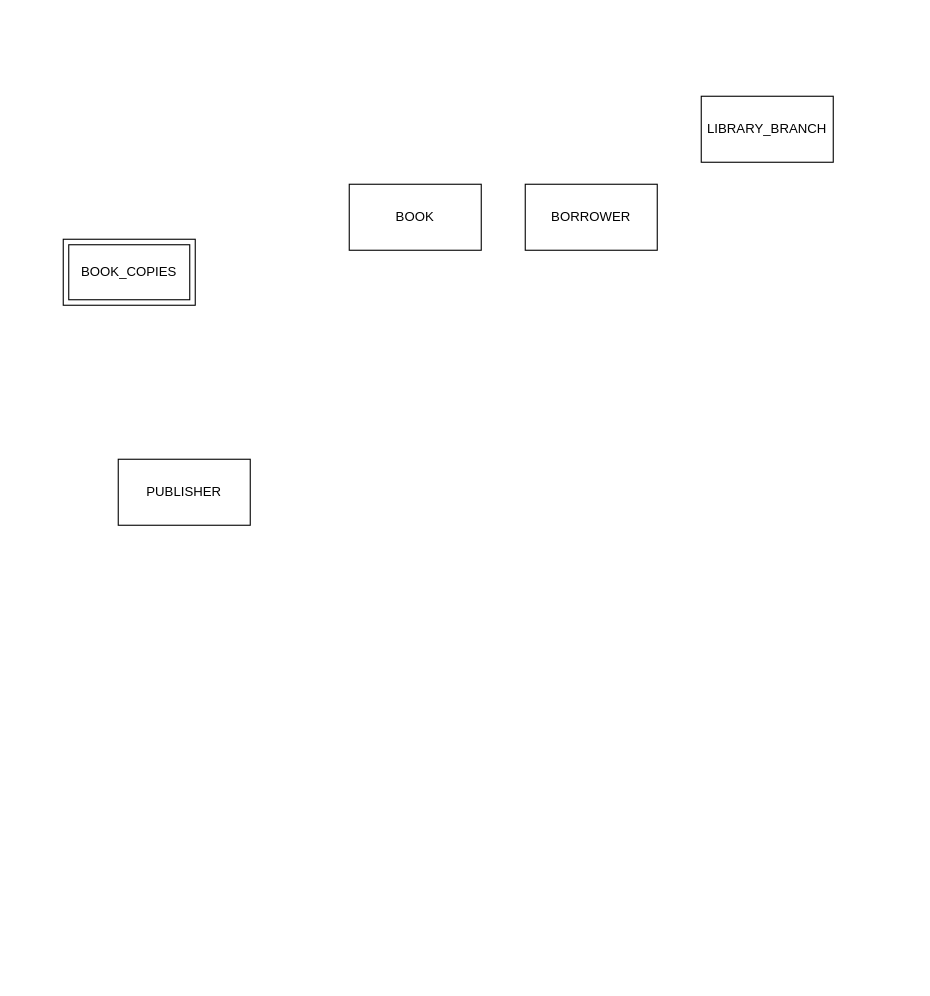
This is assignment3/Question3.drawio from shivamdesai04/ENSF300, a draw.io file, before an edit. Source tidied: cells renumbered, new cells numbered last; positions are measured from the earlier drawing's top-left corner, leaving out a move shared by most shapes. Both pictures are drawn from the tidied source at 110%, with x=0, y=0 at pixel (63, 96).
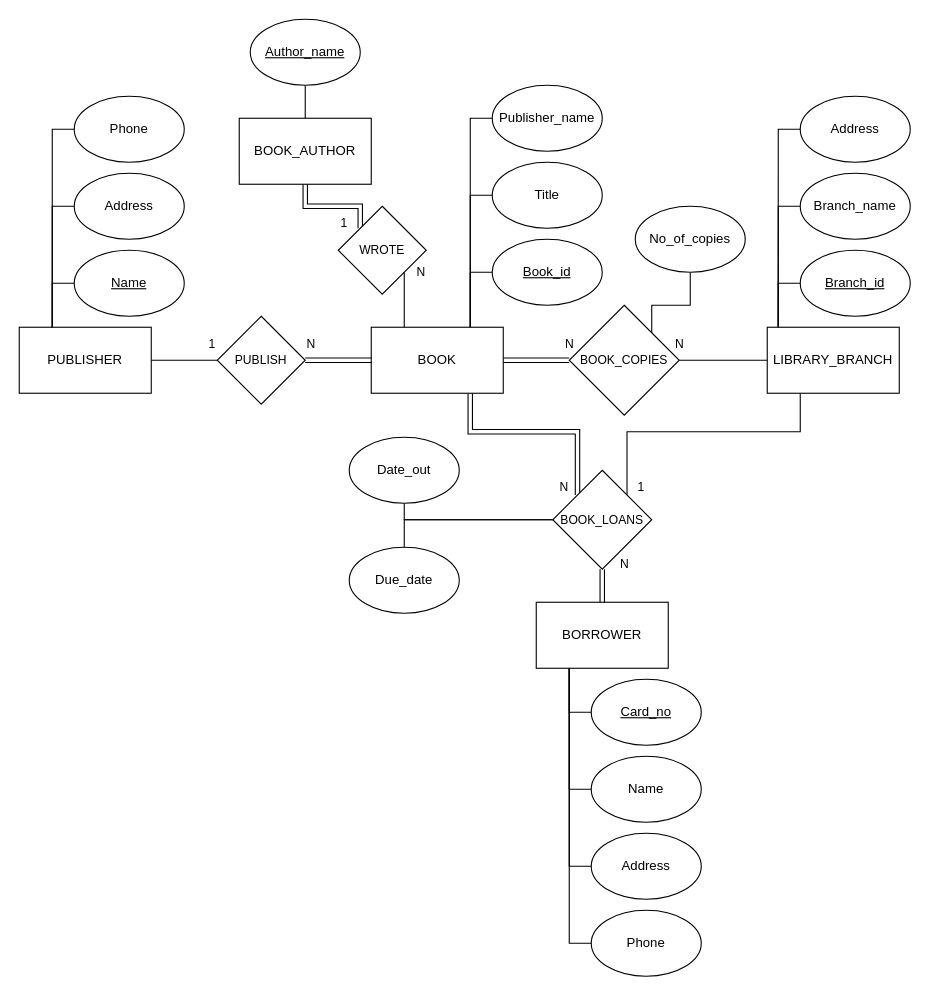
After the change.

What changed in the source:
```diff
@@
+    <mxCell id="9" style="edgeStyle=orthogonalEdgeStyle;shape=link;rounded=0;jettySize=auto;html=1;exitX=1;exitY=0.5;exitDx=0;exitDy=0;entryX=0;entryY=0.5;entryDx=0;entryDy=0;labelBackgroundColor=default;strokeColor=default;fontFamily=Helvetica;fontSize=11;fontColor=default;endArrow=none;endFill=0;" parent="1" edge="1" source="2" target="5">
+      <mxGeometry relative="1" as="geometry" />
+    </mxCell>
+    <mxCell id="10" style="edgeStyle=orthogonalEdgeStyle;shape=connector;rounded=0;jettySize=auto;html=1;exitX=0.75;exitY=0;exitDx=0;exitDy=0;entryX=0;entryY=0.5;entryDx=0;entryDy=0;labelBackgroundColor=default;strokeColor=default;fontFamily=Helvetica;fontSize=11;fontColor=default;endArrow=none;endFill=0;" parent="1" edge="1" source="2" target="34">
+      <mxGeometry relative="1" as="geometry" />
+    </mxCell>
+    <mxCell id="11" style="edgeStyle=orthogonalEdgeStyle;shape=connector;rounded=0;jettySize=auto;html=1;exitX=0.75;exitY=0;exitDx=0;exitDy=0;entryX=0;entryY=0.5;entryDx=0;entryDy=0;labelBackgroundColor=default;strokeColor=default;fontFamily=Helvetica;fontSize=11;fontColor=default;endArrow=none;endFill=0;" parent="1" edge="1" source="2" target="35">
+      <mxGeometry relative="1" as="geometry" />
+    </mxCell>
+    <mxCell id="12" style="edgeStyle=orthogonalEdgeStyle;shape=connector;rounded=0;jettySize=auto;html=1;exitX=0.75;exitY=0;exitDx=0;exitDy=0;entryX=0;entryY=0.5;entryDx=0;entryDy=0;labelBackgroundColor=default;strokeColor=default;fontFamily=Helvetica;fontSize=11;fontColor=default;endArrow=none;endFill=0;" parent="1" edge="1" source="2" target="36">
+      <mxGeometry relative="1" as="geometry" />
+    </mxCell>
+    <mxCell id="13" style="edgeStyle=orthogonalEdgeStyle;shape=link;rounded=0;jettySize=auto;html=1;exitX=0.75;exitY=1;exitDx=0;exitDy=0;entryX=0;entryY=0;entryDx=0;entryDy=0;labelBackgroundColor=default;strokeColor=default;fontFamily=Helvetica;fontSize=11;fontColor=default;endArrow=none;endFill=0;" parent="1" edge="1" source="2" target="46">
+      <mxGeometry relative="1" as="geometry" />
+    </mxCell>
     <mxCell id="2" value="BOOK" style="whiteSpace=wrap;html=1;" parent="1" vertex="1">
-      <mxGeometry x="260" y="80" width="120" height="60" as="geometry" />
+      <mxGeometry x="280" y="210" width="120" height="60" as="geometry" />
     </mxCell>
-    <mxCell id="3" style="group;" parent="1" vertex="1">
-      <mxGeometry y="130" width="120" height="60" as="geometry" />
-    </mxCell>
-    <mxCell id="4" style="whiteSpace=wrap;html=1;" parent="3" vertex="1">
-      <mxGeometry width="120" height="60" as="geometry" />
-    </mxCell>
+    <mxCell id="14" style="edgeStyle=orthogonalEdgeStyle;shape=connector;rounded=0;jettySize=auto;html=1;exitX=0.25;exitY=1;exitDx=0;exitDy=0;entryX=0;entryY=0.5;entryDx=0;entryDy=0;labelBackgroundColor=default;strokeColor=default;fontFamily=Helvetica;fontSize=11;fontColor=default;endArrow=none;endFill=0;" parent="1" edge="1" source="6" target="27">
+      <mxGeometry relative="1" as="geometry" />
+    </mxCell>
+    <mxCell id="6" value="BORROWER" style="whiteSpace=wrap;html=1;" parent="1" vertex="1">
+      <mxGeometry x="430" y="460" width="120" height="60" as="geometry" />
+    </mxCell>
+    <mxCell id="15" style="edgeStyle=orthogonalEdgeStyle;shape=connector;rounded=0;jettySize=auto;html=1;exitX=0.25;exitY=1;exitDx=0;exitDy=0;entryX=1;entryY=0;entryDx=0;entryDy=0;labelBackgroundColor=default;strokeColor=default;fontFamily=Helvetica;fontSize=11;fontColor=default;endArrow=none;endFill=0;" parent="1" edge="1" source="7" target="46">
+      <mxGeometry relative="1" as="geometry" />
+    </mxCell>
+    <mxCell id="7" value="LIBRARY_BRANCH" style="whiteSpace=wrap;html=1;" parent="1" vertex="1">
+      <mxGeometry x="640" y="210" width="120" height="60" as="geometry" />
+    </mxCell>
+    <mxCell id="16" style="edgeStyle=orthogonalEdgeStyle;shape=connector;rounded=0;jettySize=auto;html=1;exitX=1;exitY=0.5;exitDx=0;exitDy=0;entryX=0;entryY=0.5;entryDx=0;entryDy=0;labelBackgroundColor=default;strokeColor=default;fontFamily=Helvetica;fontSize=11;fontColor=default;endArrow=none;endFill=0;" parent="1" edge="1" source="8" target="31">
+      <mxGeometry relative="1" as="geometry" />
+    </mxCell>
+    <mxCell id="8" value="PUBLISHER" style="whiteSpace=wrap;html=1;" parent="1" vertex="1">
+      <mxGeometry x="-40" y="210" width="120" height="60" as="geometry" />
+    </mxCell>
+    <mxCell id="17" style="edgeStyle=orthogonalEdgeStyle;rounded=0;jettySize=auto;html=1;exitX=0;exitY=0.5;exitDx=0;exitDy=0;entryX=0.25;entryY=0;entryDx=0;entryDy=0;endArrow=none;endFill=0;" parent="1" edge="1" source="18" target="8">
+      <mxGeometry relative="1" as="geometry" />
+    </mxCell>
+    <mxCell id="18" value="&lt;u&gt;Name&lt;/u&gt;" style="ellipse;whiteSpace=wrap;html=1;" parent="1" vertex="1">
+      <mxGeometry x="10" y="140" width="100" height="60" as="geometry" />
+    </mxCell>
+    <mxCell id="19" style="edgeStyle=orthogonalEdgeStyle;rounded=0;jettySize=auto;html=1;exitX=0;exitY=0.5;exitDx=0;exitDy=0;entryX=0.25;entryY=0;entryDx=0;entryDy=0;endArrow=none;endFill=0;" parent="1" edge="1" source="20" target="8">
+      <mxGeometry relative="1" as="geometry" />
+    </mxCell>
+    <mxCell id="20" value="Address" style="ellipse;whiteSpace=wrap;html=1;" parent="1" vertex="1">
+      <mxGeometry x="10" y="70" width="100" height="60" as="geometry" />
+    </mxCell>
+    <mxCell id="21" style="edgeStyle=orthogonalEdgeStyle;rounded=0;jettySize=auto;html=1;exitX=0;exitY=0.5;exitDx=0;exitDy=0;entryX=0.25;entryY=0;entryDx=0;entryDy=0;endArrow=none;endFill=0;" parent="1" edge="1" source="22" target="8">
+      <mxGeometry relative="1" as="geometry" />
+    </mxCell>
+    <mxCell id="22" value="Phone" style="ellipse;whiteSpace=wrap;html=1;" parent="1" vertex="1">
+      <mxGeometry x="10" width="100" height="60" as="geometry" />
+    </mxCell>
+    <mxCell id="23" style="edgeStyle=orthogonalEdgeStyle;shape=connector;rounded=0;jettySize=auto;html=1;exitX=0;exitY=0.5;exitDx=0;exitDy=0;entryX=0.25;entryY=1;entryDx=0;entryDy=0;labelBackgroundColor=default;strokeColor=default;fontFamily=Helvetica;fontSize=11;fontColor=default;endArrow=none;endFill=0;" parent="1" edge="1" source="24" target="6">
+      <mxGeometry relative="1" as="geometry" />
+    </mxCell>
+    <mxCell id="24" value="&lt;u&gt;Card_no&lt;/u&gt;" style="ellipse;whiteSpace=wrap;html=1;" parent="1" vertex="1">
+      <mxGeometry x="480" y="530" width="100" height="60" as="geometry" />
+    </mxCell>
+    <mxCell id="25" style="edgeStyle=orthogonalEdgeStyle;shape=connector;rounded=0;jettySize=auto;html=1;exitX=0;exitY=0.5;exitDx=0;exitDy=0;entryX=0.25;entryY=1;entryDx=0;entryDy=0;labelBackgroundColor=default;strokeColor=default;fontFamily=Helvetica;fontSize=11;fontColor=default;endArrow=none;endFill=0;" parent="1" edge="1" source="26" target="6">
+      <mxGeometry relative="1" as="geometry" />
+    </mxCell>
+    <mxCell id="26" value="Address" style="ellipse;whiteSpace=wrap;html=1;" parent="1" vertex="1">
+      <mxGeometry x="480" y="670" width="100" height="60" as="geometry" />
+    </mxCell>
+    <mxCell id="27" value="Phone" style="ellipse;whiteSpace=wrap;html=1;" parent="1" vertex="1">
+      <mxGeometry x="480" y="740" width="100" height="60" as="geometry" />
+    </mxCell>
+    <mxCell id="28" style="edgeStyle=orthogonalEdgeStyle;shape=connector;rounded=0;jettySize=auto;html=1;exitX=0;exitY=0.5;exitDx=0;exitDy=0;entryX=0.25;entryY=1;entryDx=0;entryDy=0;labelBackgroundColor=default;strokeColor=default;fontFamily=Helvetica;fontSize=11;fontColor=default;endArrow=none;endFill=0;" parent="1" edge="1" source="29" target="6">
+      <mxGeometry relative="1" as="geometry" />
+    </mxCell>
+    <mxCell id="29" value="Name" style="ellipse;whiteSpace=wrap;html=1;" parent="1" vertex="1">
+      <mxGeometry x="480" y="600" width="100" height="60" as="geometry" />
+    </mxCell>
+    <mxCell id="30" style="edgeStyle=orthogonalEdgeStyle;shape=link;rounded=0;jettySize=auto;html=1;exitX=1;exitY=0.5;exitDx=0;exitDy=0;entryX=0;entryY=0.5;entryDx=0;entryDy=0;labelBackgroundColor=default;strokeColor=default;fontFamily=Helvetica;fontSize=11;fontColor=default;endArrow=none;endFill=0;" parent="1" edge="1" source="31" target="2">
+      <mxGeometry relative="1" as="geometry" />
+    </mxCell>
+    <mxCell id="31" value="PUBLISH" style="rhombus;whiteSpace=wrap;html=1;fontFamily=Helvetica;fontSize=11;fontColor=default;" parent="1" vertex="1">
+      <mxGeometry x="140" y="200" width="80" height="80" as="geometry" />
+    </mxCell>
+    <mxCell id="32" value="1" style="text;html=1;align=center;verticalAlign=middle;strokeColor=none;fillColor=none;fontSize=11;fontFamily=Helvetica;fontColor=default;" parent="1" vertex="1">
+      <mxGeometry x="120" y="210" width="30" height="30" as="geometry" />
+    </mxCell>
+    <mxCell id="33" value="N" style="text;html=1;align=center;verticalAlign=middle;strokeColor=none;fillColor=none;fontSize=11;fontFamily=Helvetica;fontColor=default;" parent="1" vertex="1">
+      <mxGeometry x="210" y="210" width="30" height="30" as="geometry" />
+    </mxCell>
+    <mxCell id="34" value="&lt;u&gt;Book_id&lt;/u&gt;" style="ellipse;whiteSpace=wrap;html=1;" parent="1" vertex="1">
+      <mxGeometry x="390" y="130" width="100" height="60" as="geometry" />
+    </mxCell>
+    <mxCell id="35" value="Title" style="ellipse;whiteSpace=wrap;html=1;" parent="1" vertex="1">
+      <mxGeometry x="390" y="60" width="100" height="60" as="geometry" />
+    </mxCell>
+    <mxCell id="36" value="Publisher_name" style="ellipse;whiteSpace=wrap;html=1;" parent="1" vertex="1">
+      <mxGeometry x="390" y="-10" width="100" height="60" as="geometry" />
+    </mxCell>
+    <mxCell id="37" style="edgeStyle=orthogonalEdgeStyle;rounded=0;jettySize=auto;html=1;exitX=1;exitY=1;exitDx=0;exitDy=0;entryX=0.25;entryY=0;entryDx=0;entryDy=0;labelBackgroundColor=default;strokeColor=default;fontFamily=Helvetica;fontSize=11;fontColor=default;endArrow=none;endFill=0;" parent="1" edge="1" source="39" target="2">
+      <mxGeometry relative="1" as="geometry" />
+    </mxCell>
+    <mxCell id="38" style="edgeStyle=orthogonalEdgeStyle;shape=link;rounded=0;jettySize=auto;html=1;exitX=0;exitY=0;exitDx=0;exitDy=0;entryX=0.5;entryY=1;entryDx=0;entryDy=0;labelBackgroundColor=default;strokeColor=default;fontFamily=Helvetica;fontSize=11;fontColor=default;endArrow=none;endFill=0;" parent="1" edge="1" source="39" target="50">
+      <mxGeometry relative="1" as="geometry">
+        <Array as="points">
+          <mxPoint x="270" y="100" />
+          <mxPoint x="220" y="100" />
+        </Array>
+      </mxGeometry>
+    </mxCell>
+    <mxCell id="39" value="WROTE" style="rhombus;whiteSpace=wrap;html=1;fontFamily=Helvetica;fontSize=11;fontColor=default;" parent="1" vertex="1">
+      <mxGeometry x="250" y="100" width="80" height="80" as="geometry" />
+    </mxCell>
+    <mxCell id="40" style="edgeStyle=orthogonalEdgeStyle;shape=connector;rounded=0;jettySize=auto;html=1;exitX=1;exitY=0.5;exitDx=0;exitDy=0;entryX=0;entryY=0.5;entryDx=0;entryDy=0;labelBackgroundColor=default;strokeColor=default;fontFamily=Helvetica;fontSize=11;fontColor=default;endArrow=none;endFill=0;" parent="1" edge="1" source="5" target="7">
+      <mxGeometry relative="1" as="geometry" />
+    </mxCell>
-    <mxCell id="5" value="BOOK_COPIES" style="whiteSpace=wrap;html=1;" parent="3" vertex="1">
-      <mxGeometry x="5" y="5" width="110" height="50" as="geometry" />
+    <mxCell id="5" value="BOOK_COPIES" style="rhombus;whiteSpace=wrap;html=1;fontFamily=Helvetica;fontSize=11;fontColor=default;" parent="1" vertex="1">
+      <mxGeometry x="460" y="190" width="100" height="100" as="geometry" />
     </mxCell>
-    <mxCell id="6" value="BORROWER" style="whiteSpace=wrap;html=1;" parent="1" vertex="1">
-      <mxGeometry x="420" y="80" width="120" height="60" as="geometry" />
-    </mxCell>
-    <mxCell id="7" value="LIBRARY_BRANCH" style="whiteSpace=wrap;html=1;" parent="1" vertex="1">
-      <mxGeometry x="580" width="120" height="60" as="geometry" />
-    </mxCell>
-    <mxCell id="8" value="PUBLISHER" style="whiteSpace=wrap;html=1;" parent="1" vertex="1">
-      <mxGeometry x="50" y="330" width="120" height="60" as="geometry" />
-    </mxCell>
+    <mxCell id="41" style="edgeStyle=orthogonalEdgeStyle;shape=connector;rounded=0;jettySize=auto;html=1;exitX=0.5;exitY=1;exitDx=0;exitDy=0;entryX=1;entryY=0;entryDx=0;entryDy=0;labelBackgroundColor=default;strokeColor=default;fontFamily=Helvetica;fontSize=11;fontColor=default;endArrow=none;endFill=0;" parent="1" edge="1" source="42" target="5">
+      <mxGeometry relative="1" as="geometry">
+        <Array as="points">
+          <mxPoint x="570" y="190" />
+          <mxPoint x="535" y="190" />
+        </Array>
+      </mxGeometry>
+    </mxCell>
+    <mxCell id="42" value="No_of_copies" style="ellipse;whiteSpace=wrap;html=1;" parent="1" vertex="1">
+      <mxGeometry x="520" y="100" width="100" height="60" as="geometry" />
+    </mxCell>
+    <mxCell id="43" style="edgeStyle=orthogonalEdgeStyle;shape=link;rounded=0;jettySize=auto;html=1;exitX=0.5;exitY=1;exitDx=0;exitDy=0;entryX=0.5;entryY=0;entryDx=0;entryDy=0;labelBackgroundColor=default;strokeColor=default;fontFamily=Helvetica;fontSize=11;fontColor=default;endArrow=none;endFill=0;" parent="1" edge="1" source="46" target="6">
+      <mxGeometry relative="1" as="geometry" />
+    </mxCell>
+    <mxCell id="44" style="edgeStyle=orthogonalEdgeStyle;shape=connector;rounded=0;jettySize=auto;html=1;exitX=0;exitY=0.5;exitDx=0;exitDy=0;labelBackgroundColor=default;strokeColor=default;fontFamily=Helvetica;fontSize=11;fontColor=default;endArrow=none;endFill=0;entryX=0.5;entryY=1;entryDx=0;entryDy=0;" parent="1" edge="1" source="46" target="47">
+      <mxGeometry relative="1" as="geometry">
+        <Array as="points">
+          <mxPoint x="310" y="385" />
+        </Array>
+      </mxGeometry>
+    </mxCell>
+    <mxCell id="45" style="edgeStyle=orthogonalEdgeStyle;shape=connector;rounded=0;jettySize=auto;html=1;exitX=0;exitY=0.5;exitDx=0;exitDy=0;entryX=0.5;entryY=0;entryDx=0;entryDy=0;labelBackgroundColor=default;strokeColor=default;fontFamily=Helvetica;fontSize=11;fontColor=default;endArrow=none;endFill=0;" parent="1" edge="1" source="46" target="48">
+      <mxGeometry relative="1" as="geometry" />
+    </mxCell>
+    <mxCell id="46" value="BOOK_LOANS" style="rhombus;whiteSpace=wrap;html=1;fontFamily=Helvetica;fontSize=11;fontColor=default;" parent="1" vertex="1">
+      <mxGeometry x="445" y="340" width="90" height="90" as="geometry" />
+    </mxCell>
+    <mxCell id="47" value="Date_out" style="ellipse;whiteSpace=wrap;html=1;" parent="1" vertex="1">
+      <mxGeometry x="260" y="310" width="100" height="60" as="geometry" />
+    </mxCell>
+    <mxCell id="48" value="Due_date" style="ellipse;whiteSpace=wrap;html=1;" parent="1" vertex="1">
+      <mxGeometry x="260" y="410" width="100" height="60" as="geometry" />
+    </mxCell>
+    <mxCell id="49" style="edgeStyle=orthogonalEdgeStyle;shape=connector;rounded=0;jettySize=auto;html=1;exitX=0.5;exitY=0;exitDx=0;exitDy=0;entryX=0.5;entryY=1;entryDx=0;entryDy=0;labelBackgroundColor=default;strokeColor=default;fontFamily=Helvetica;fontSize=11;fontColor=default;endArrow=none;endFill=0;" parent="1" edge="1" source="50" target="51">
+      <mxGeometry relative="1" as="geometry" />
+    </mxCell>
+    <mxCell id="50" value="BOOK_AUTHOR" style="whiteSpace=wrap;html=1;" parent="1" vertex="1">
+      <mxGeometry x="160" y="20" width="120" height="60" as="geometry" />
+    </mxCell>
+    <mxCell id="51" value="&lt;u&gt;Author_name&lt;/u&gt;" style="ellipse;whiteSpace=wrap;html=1;" parent="1" vertex="1">
+      <mxGeometry x="170" y="-70" width="100" height="60" as="geometry" />
+    </mxCell>
+    <mxCell id="52" value="1" style="text;html=1;align=center;verticalAlign=middle;strokeColor=none;fillColor=none;fontSize=11;fontFamily=Helvetica;fontColor=default;" parent="1" vertex="1">
+      <mxGeometry x="240" y="100" width="30" height="30" as="geometry" />
+    </mxCell>
+    <mxCell id="53" value="N" style="text;html=1;align=center;verticalAlign=middle;strokeColor=none;fillColor=none;fontSize=11;fontFamily=Helvetica;fontColor=default;" parent="1" vertex="1">
+      <mxGeometry x="310" y="145" width="30" height="30" as="geometry" />
+    </mxCell>
+    <mxCell id="54" value="N" style="text;html=1;align=center;verticalAlign=middle;strokeColor=none;fillColor=none;fontSize=11;fontFamily=Helvetica;fontColor=default;" parent="1" vertex="1">
+      <mxGeometry x="445" y="210" width="30" height="30" as="geometry" />
+    </mxCell>
+    <mxCell id="55" style="edgeStyle=orthogonalEdgeStyle;shape=connector;rounded=0;jettySize=auto;html=1;exitX=0;exitY=0.5;exitDx=0;exitDy=0;entryX=0.083;entryY=0;entryDx=0;entryDy=0;entryPerimeter=0;labelBackgroundColor=default;strokeColor=default;fontFamily=Helvetica;fontSize=11;fontColor=default;endArrow=none;endFill=0;" parent="1" edge="1" source="56" target="7">
+      <mxGeometry relative="1" as="geometry" />
+    </mxCell>
+    <mxCell id="56" value="&lt;u&gt;Branch_id&lt;/u&gt;" style="ellipse;whiteSpace=wrap;html=1;" parent="1" vertex="1">
+      <mxGeometry x="670" y="140" width="100" height="60" as="geometry" />
+    </mxCell>
+    <mxCell id="57" style="edgeStyle=orthogonalEdgeStyle;shape=connector;rounded=0;jettySize=auto;html=1;exitX=0;exitY=0.5;exitDx=0;exitDy=0;entryX=0.083;entryY=-0.02;entryDx=0;entryDy=0;entryPerimeter=0;labelBackgroundColor=default;strokeColor=default;fontFamily=Helvetica;fontSize=11;fontColor=default;endArrow=none;endFill=0;" parent="1" edge="1" source="58" target="7">
+      <mxGeometry relative="1" as="geometry" />
+    </mxCell>
+    <mxCell id="58" value="Branch_name" style="ellipse;whiteSpace=wrap;html=1;" parent="1" vertex="1">
+      <mxGeometry x="670" y="70" width="100" height="60" as="geometry" />
+    </mxCell>
+    <mxCell id="59" style="edgeStyle=orthogonalEdgeStyle;shape=connector;rounded=0;jettySize=auto;html=1;exitX=0;exitY=0.5;exitDx=0;exitDy=0;entryX=0.083;entryY=0;entryDx=0;entryDy=0;entryPerimeter=0;labelBackgroundColor=default;strokeColor=default;fontFamily=Helvetica;fontSize=11;fontColor=default;endArrow=none;endFill=0;" parent="1" edge="1" source="60" target="7">
+      <mxGeometry relative="1" as="geometry" />
+    </mxCell>
+    <mxCell id="60" value="Address" style="ellipse;whiteSpace=wrap;html=1;" parent="1" vertex="1">
+      <mxGeometry x="670" width="100" height="60" as="geometry" />
+    </mxCell>
+    <mxCell id="61" value="N" style="text;html=1;align=center;verticalAlign=middle;strokeColor=none;fillColor=none;fontSize=11;fontFamily=Helvetica;fontColor=default;" parent="1" vertex="1">
+      <mxGeometry x="545" y="210" width="30" height="30" as="geometry" />
+    </mxCell>
+    <mxCell id="62" value="N" style="text;html=1;align=center;verticalAlign=middle;strokeColor=none;fillColor=none;fontSize=11;fontFamily=Helvetica;fontColor=default;" parent="1" vertex="1">
+      <mxGeometry x="440" y="340" width="30" height="30" as="geometry" />
+    </mxCell>
+    <mxCell id="63" value="1" style="text;html=1;align=center;verticalAlign=middle;strokeColor=none;fillColor=none;fontSize=11;fontFamily=Helvetica;fontColor=default;" parent="1" vertex="1">
+      <mxGeometry x="510" y="340" width="30" height="30" as="geometry" />
+    </mxCell>
+    <mxCell id="64" value="N" style="text;html=1;align=center;verticalAlign=middle;strokeColor=none;fillColor=none;fontSize=11;fontFamily=Helvetica;fontColor=default;" parent="1" vertex="1">
+      <mxGeometry x="495" y="410" width="30" height="30" as="geometry" />
+    </mxCell>
```
